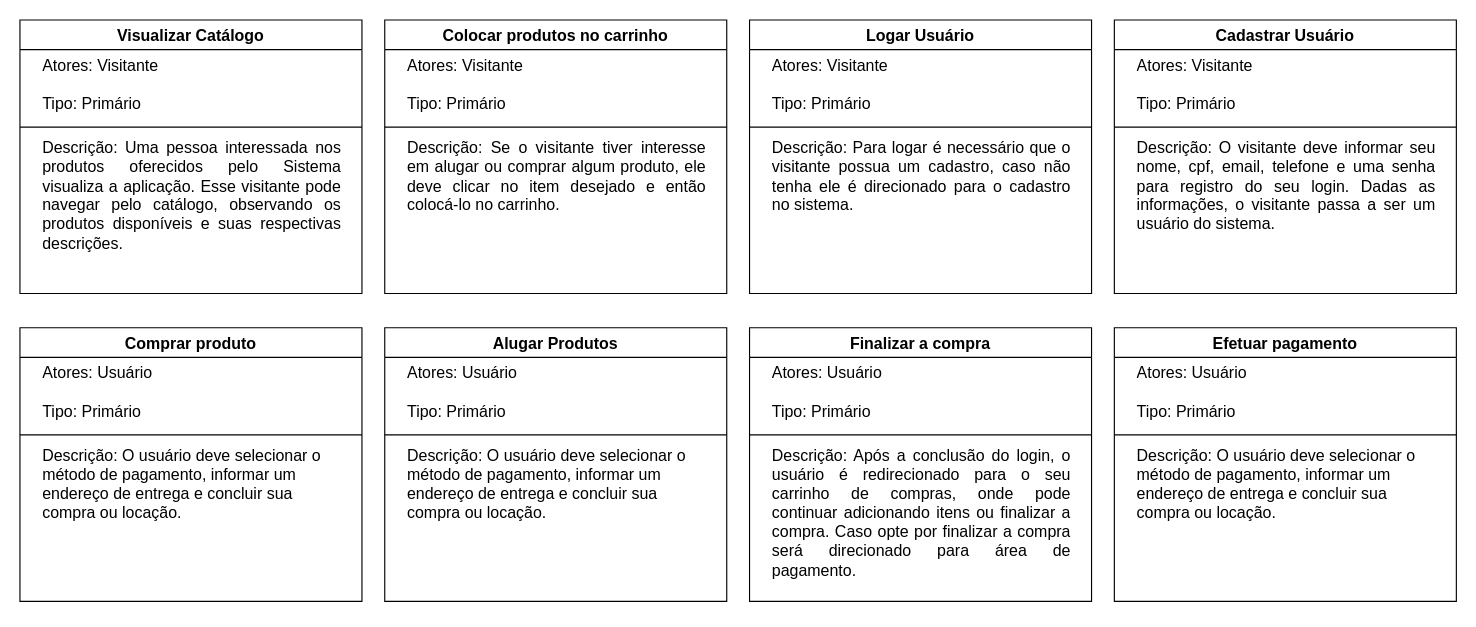
Above: page "Alto Nível" (1 of 2) of CasosDeUso.drawio in kellykimura/Projeto-ESI (draw.io), before the change. Source tidied: cells renumbered, new cells numbered last; positions are measured from the earlier drawing's top-left corner, leaving out a move shared by most shapes. Both pictures are drawn from the tidied source at 114%, with x=0, y=0 at pixel (19, 19).
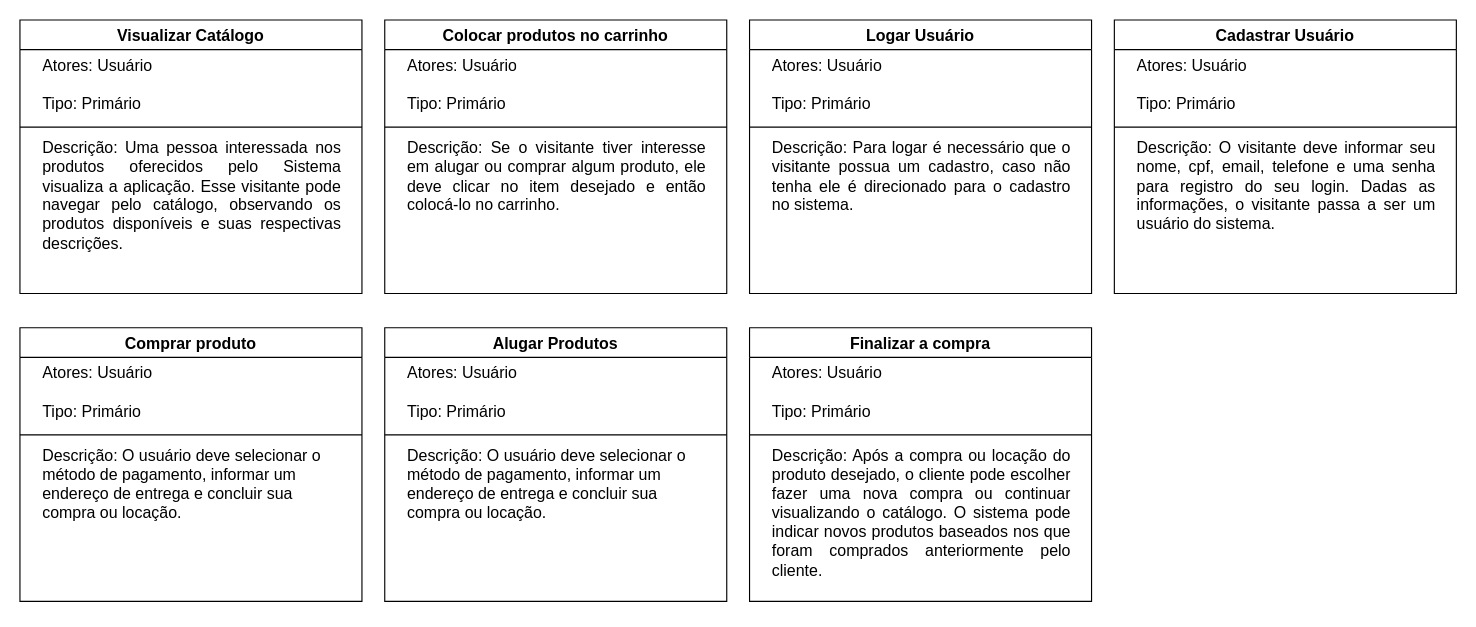
The same page after the edit.

Commit message:
Inclusão dos casos de uso expandido

Na página 1 estão os de alto nível, na página 2 estão os de caso expandido.

Unchanged cells that the change refers to:
```xml
<mxCell id="2" value="Visualizar Catálogo" style="swimlane;fontStyle=1;align=center;verticalAlign=top;horizontal=1;startSize=26;whiteSpace=wrap;html=1;fontSize=14;labelBackgroundColor=none;spacing=0;spacingLeft=20;spacingBottom=0;spacingTop=1;spacingRight=20;" parent="1" vertex="1">
  <mxGeometry width="300" height="240" as="geometry" />
</mxCell>
<mxCell id="6" value="Logar Usuário" style="swimlane;fontStyle=1;align=center;verticalAlign=top;horizontal=1;startSize=26;whiteSpace=wrap;html=1;fontSize=14;labelBackgroundColor=none;spacing=0;spacingLeft=20;spacingBottom=0;spacingTop=1;spacingRight=20;" parent="1" vertex="1">
  <mxGeometry x="640" width="300" height="240" as="geometry" />
</mxCell>
<mxCell id="10" value="Finalizar a compra" style="swimlane;fontStyle=1;align=center;verticalAlign=top;horizontal=1;startSize=26;whiteSpace=wrap;html=1;fontSize=14;labelBackgroundColor=none;spacing=0;spacingLeft=20;spacingBottom=0;spacingTop=1;spacingRight=20;" parent="1" vertex="1">
  <mxGeometry x="640" y="270" width="300" height="240" as="geometry" />
</mxCell>
<mxCell id="14" value="Colocar produtos no carrinho" style="swimlane;fontStyle=1;align=center;verticalAlign=top;horizontal=1;startSize=26;whiteSpace=wrap;html=1;fontSize=14;labelBackgroundColor=none;spacing=0;spacingLeft=20;spacingBottom=0;spacingTop=1;spacingRight=20;" parent="1" vertex="1">
  <mxGeometry x="320" width="300" height="240" as="geometry" />
</mxCell>
<mxCell id="18" value="Cadastrar Usuário" style="swimlane;fontStyle=1;align=center;verticalAlign=top;horizontal=1;startSize=26;whiteSpace=wrap;html=1;fontSize=14;labelBackgroundColor=none;spacing=0;spacingLeft=20;spacingBottom=0;spacingTop=1;spacingRight=20;" parent="1" vertex="1">
  <mxGeometry x="960" width="300" height="240" as="geometry" />
</mxCell>
```

What changed in the source:
```diff
@@
-    <mxCell id="3" value="Atores: Visitante&amp;nbsp;&lt;div&gt;&lt;br&gt;&lt;div&gt;Tipo: Primário&lt;/div&gt;&lt;/div&gt;" style="text;strokeColor=none;fillColor=none;align=left;verticalAlign=top;spacingLeft=20;spacingRight=20;overflow=hidden;whiteSpace=wrap;html=1;fontSize=14;labelBackgroundColor=none;spacing=0;spacingBottom=0;spacingTop=1;" parent="2" vertex="1">
+    <mxCell id="3" value="Atores: Usuário&amp;nbsp;&lt;div&gt;&lt;br&gt;&lt;div&gt;Tipo: Primário&lt;/div&gt;&lt;/div&gt;" style="text;strokeColor=none;fillColor=none;align=left;verticalAlign=top;spacingLeft=20;spacingRight=20;overflow=hidden;whiteSpace=wrap;html=1;fontSize=14;labelBackgroundColor=none;spacing=0;spacingBottom=0;spacingTop=1;" parent="2" vertex="1">
       <mxGeometry y="26" width="300" height="64" as="geometry" />
     </mxCell>
@@
-    <mxCell id="7" value="Atores: Visitante&amp;nbsp;&lt;div&gt;&lt;br&gt;&lt;div&gt;Tipo: Primário&lt;/div&gt;&lt;/div&gt;" style="text;strokeColor=none;fillColor=none;align=left;verticalAlign=top;spacingLeft=20;spacingRight=20;overflow=hidden;whiteSpace=wrap;html=1;fontSize=14;labelBackgroundColor=none;spacing=0;spacingBottom=0;spacingTop=1;" parent="6" vertex="1">
+    <mxCell id="7" value="Atores: Usuário&amp;nbsp;&lt;div&gt;&lt;br&gt;&lt;div&gt;Tipo: Primário&lt;/div&gt;&lt;/div&gt;" style="text;strokeColor=none;fillColor=none;align=left;verticalAlign=top;spacingLeft=20;spacingRight=20;overflow=hidden;whiteSpace=wrap;html=1;fontSize=14;labelBackgroundColor=none;spacing=0;spacingBottom=0;spacingTop=1;" parent="6" vertex="1">
       <mxGeometry y="26" width="300" height="64" as="geometry" />
     </mxCell>
@@
-    <mxCell id="13" value="&lt;div style=&quot;text-align: justify;&quot;&gt;&lt;span style=&quot;background-color: transparent; color: light-dark(rgb(0, 0, 0), rgb(255, 255, 255));&quot;&gt;Descrição: Após a conclusão do login, o usuário é redirecionado para o seu carrinho de compras, onde pode continuar adicionando itens ou finalizar a compra. Caso opte por finalizar a compra será direcionado para área de pagamento.&lt;/span&gt;&lt;/div&gt;" style="text;strokeColor=none;fillColor=none;align=left;verticalAlign=top;spacingLeft=20;spacingRight=20;overflow=hidden;whiteSpace=wrap;html=1;fontSize=14;labelBackgroundColor=none;spacing=0;spacingBottom=0;spacingTop=1;" parent="10" vertex="1">
+    <mxCell id="13" value="&lt;div style=&quot;text-align: justify;&quot;&gt;&lt;span style=&quot;background-color: transparent; color: light-dark(rgb(0, 0, 0), rgb(255, 255, 255));&quot;&gt;Descrição: Após a compra ou locação do produto desejado, o cliente pode escolher fazer uma nova compra ou continuar visualizando o catálogo.&amp;nbsp;&lt;/span&gt;&lt;span style=&quot;background-color: transparent; color: light-dark(rgb(0, 0, 0), rgb(255, 255, 255));&quot;&gt;O sistema pode indicar novos produtos baseados nos que foram comprados anteriormente pelo cliente.&lt;/span&gt;&lt;/div&gt;" style="text;strokeColor=none;fillColor=none;align=left;verticalAlign=top;spacingLeft=20;spacingRight=20;overflow=hidden;whiteSpace=wrap;html=1;fontSize=14;labelBackgroundColor=none;spacing=0;spacingBottom=0;spacingTop=1;" parent="10" vertex="1">
       <mxGeometry y="98" width="300" height="142" as="geometry" />
     </mxCell>
@@
-    <mxCell id="15" value="Atores: Visitante&lt;div&gt;&lt;br&gt;&lt;div&gt;Tipo: Primário&lt;/div&gt;&lt;/div&gt;" style="text;strokeColor=none;fillColor=none;align=left;verticalAlign=top;spacingLeft=20;spacingRight=20;overflow=hidden;whiteSpace=wrap;html=1;fontSize=14;labelBackgroundColor=none;spacing=0;spacingBottom=0;spacingTop=1;" parent="14" vertex="1">
+    <mxCell id="15" value="Atores: Usuário&lt;div&gt;&lt;br&gt;&lt;div&gt;Tipo: Primário&lt;/div&gt;&lt;/div&gt;" style="text;strokeColor=none;fillColor=none;align=left;verticalAlign=top;spacingLeft=20;spacingRight=20;overflow=hidden;whiteSpace=wrap;html=1;fontSize=14;labelBackgroundColor=none;spacing=0;spacingBottom=0;spacingTop=1;" parent="14" vertex="1">
       <mxGeometry y="26" width="300" height="64" as="geometry" />
     </mxCell>
@@
-    <mxCell id="19" value="Atores: Visitante&amp;nbsp;&lt;div&gt;&lt;br&gt;&lt;div&gt;Tipo: Primário&lt;/div&gt;&lt;/div&gt;" style="text;strokeColor=none;fillColor=none;align=left;verticalAlign=top;spacingLeft=20;spacingRight=20;overflow=hidden;whiteSpace=wrap;html=1;fontSize=14;labelBackgroundColor=none;spacing=0;spacingBottom=0;spacingTop=1;" parent="18" vertex="1">
+    <mxCell id="19" value="Atores: Usuário&amp;nbsp;&lt;div&gt;&lt;br&gt;&lt;div&gt;Tipo: Primário&lt;/div&gt;&lt;/div&gt;" style="text;strokeColor=none;fillColor=none;align=left;verticalAlign=top;spacingLeft=20;spacingRight=20;overflow=hidden;whiteSpace=wrap;html=1;fontSize=14;labelBackgroundColor=none;spacing=0;spacingBottom=0;spacingTop=1;" parent="18" vertex="1">
       <mxGeometry y="26" width="300" height="64" as="geometry" />
     </mxCell>
@@
-    <mxCell id="22" value="Efetuar pagamento" style="swimlane;fontStyle=1;align=center;verticalAlign=top;horizontal=1;startSize=26;whiteSpace=wrap;html=1;fontSize=14;labelBackgroundColor=none;spacing=0;spacingLeft=20;spacingBottom=0;spacingTop=1;spacingRight=20;" parent="1" vertex="1">
-      <mxGeometry x="960" y="270" width="300" height="240" as="geometry" />
-    </mxCell>
-    <mxCell id="23" value="Atores: Usuário&amp;nbsp;&lt;div&gt;&lt;br&gt;&lt;div&gt;Tipo: Primário&lt;/div&gt;&lt;/div&gt;" style="text;strokeColor=none;fillColor=none;align=left;verticalAlign=top;spacingLeft=20;spacingRight=20;overflow=hidden;whiteSpace=wrap;html=1;fontSize=14;labelBackgroundColor=none;spacing=0;spacingBottom=0;spacingTop=1;" parent="22" vertex="1">
-      <mxGeometry y="26" width="300" height="64" as="geometry" />
-    </mxCell>
-    <mxCell id="24" style="line;strokeWidth=1;fillColor=none;align=left;verticalAlign=middle;spacingTop=1;spacingLeft=20;spacingRight=20;labelPosition=right;strokeColor=inherit;fontSize=14;labelBackgroundColor=none;spacing=0;spacingBottom=0;" parent="22" vertex="1">
-      <mxGeometry y="90" width="300" height="8" as="geometry" />
-    </mxCell>
-    <mxCell id="25" value="Descrição: O usuário deve selecionar o método de pagamento, informar um endereço de entrega e concluir sua compra ou locação.&lt;div&gt;&lt;br&gt;&lt;/div&gt;" style="text;strokeColor=none;fillColor=none;align=left;verticalAlign=top;spacingLeft=20;spacingRight=20;overflow=hidden;whiteSpace=wrap;html=1;fontSize=14;labelBackgroundColor=none;spacing=0;spacingBottom=0;spacingTop=1;" parent="22" vertex="1">
-      <mxGeometry y="98" width="300" height="142" as="geometry" />
-    </mxCell>
```
